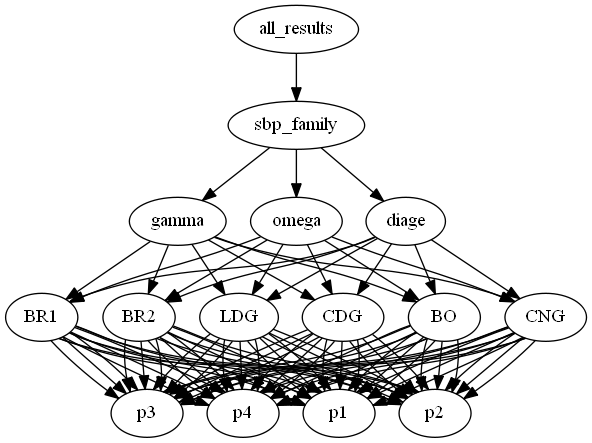
Above: visual/all_results_2d.dot.png in zolargwrk/PySBP (Graphviz), before the change. Its source is kept beside it as visual/all_results_2d.dot.
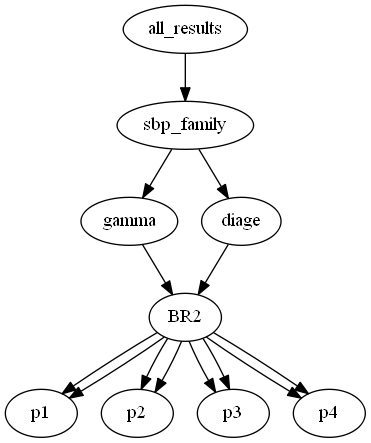
The same diagram one commit later.

Change to the diagram source:
```diff
@@ -2,190 +2,28 @@
     "all_results";
     "sbp_family";
     "gamma";
-    "BR1";
-    "p1";
-    "p2";
-    "p3";
-    "p4";
     "BR2";
     "p1";
     "p2";
     "p3";
     "p4";
-    "LDG";
-    "p1";
-    "p2";
-    "p3";
-    "p4";
-    "CDG";
-    "p1";
-    "p2";
-    "p3";
-    "p4";
-    "BO";
-    "p1";
-    "p2";
-    "p3";
-    "p4";
-    "CNG";
-    "p1";
-    "p2";
-    "p3";
-    "p4";
-    "omega";
-    "BR1";
-    "p1";
-    "p2";
-    "p3";
-    "p4";
+    "diage";
     "BR2";
-    "p1";
-    "p2";
-    "p3";
-    "p4";
-    "LDG";
-    "p1";
-    "p2";
-    "p3";
-    "p4";
-    "CDG";
-    "p1";
-    "p2";
-    "p3";
-    "p4";
-    "BO";
-    "p1";
-    "p2";
-    "p3";
-    "p4";
-    "CNG";
-    "p1";
-    "p2";
-    "p3";
-    "p4";
-    "diage";
-    "BR1";
-    "p1";
-    "p2";
-    "p3";
-    "p4";
-    "BR2";
-    "p1";
-    "p2";
-    "p3";
-    "p4";
-    "LDG";
-    "p1";
-    "p2";
-    "p3";
-    "p4";
-    "CDG";
-    "p1";
-    "p2";
-    "p3";
-    "p4";
-    "BO";
-    "p1";
-    "p2";
-    "p3";
-    "p4";
-    "CNG";
     "p1";
     "p2";
     "p3";
     "p4";
     "all_results" -> "sbp_family";
     "sbp_family" -> "gamma";
-    "sbp_family" -> "omega";
     "sbp_family" -> "diage";
-    "gamma" -> "BR1";
     "gamma" -> "BR2";
-    "gamma" -> "LDG";
-    "gamma" -> "CDG";
-    "gamma" -> "BO";
-    "gamma" -> "CNG";
-    "BR1" -> "p1";
-    "BR1" -> "p2";
-    "BR1" -> "p3";
-    "BR1" -> "p4";
     "BR2" -> "p1";
     "BR2" -> "p2";
     "BR2" -> "p3";
     "BR2" -> "p4";
-    "LDG" -> "p1";
-    "LDG" -> "p2";
-    "LDG" -> "p3";
-    "LDG" -> "p4";
-    "CDG" -> "p1";
-    "CDG" -> "p2";
-    "CDG" -> "p3";
-    "CDG" -> "p4";
-    "BO" -> "p1";
-    "BO" -> "p2";
-    "BO" -> "p3";
-    "BO" -> "p4";
-    "CNG" -> "p1";
-    "CNG" -> "p2";
-    "CNG" -> "p3";
-    "CNG" -> "p4";
-    "omega" -> "BR1";
-    "omega" -> "BR2";
-    "omega" -> "LDG";
-    "omega" -> "CDG";
-    "omega" -> "BO";
-    "omega" -> "CNG";
-    "BR1" -> "p1";
-    "BR1" -> "p2";
-    "BR1" -> "p3";
-    "BR1" -> "p4";
+    "diage" -> "BR2";
     "BR2" -> "p1";
     "BR2" -> "p2";
     "BR2" -> "p3";
     "BR2" -> "p4";
-    "LDG" -> "p1";
-    "LDG" -> "p2";
-    "LDG" -> "p3";
-    "LDG" -> "p4";
-    "CDG" -> "p1";
-    "CDG" -> "p2";
-    "CDG" -> "p3";
-    "CDG" -> "p4";
-    "BO" -> "p1";
-    "BO" -> "p2";
-    "BO" -> "p3";
-    "BO" -> "p4";
-    "CNG" -> "p1";
-    "CNG" -> "p2";
-    "CNG" -> "p3";
-    "CNG" -> "p4";
-    "diage" -> "BR1";
-    "diage" -> "BR2";
-    "diage" -> "LDG";
-    "diage" -> "CDG";
-    "diage" -> "BO";
-    "diage" -> "CNG";
-    "BR1" -> "p1";
-    "BR1" -> "p2";
-    "BR1" -> "p3";
-    "BR1" -> "p4";
-    "BR2" -> "p1";
-    "BR2" -> "p2";
-    "BR2" -> "p3";
-    "BR2" -> "p4";
-    "LDG" -> "p1";
-    "LDG" -> "p2";
-    "LDG" -> "p3";
-    "LDG" -> "p4";
-    "CDG" -> "p1";
-    "CDG" -> "p2";
-    "CDG" -> "p3";
-    "CDG" -> "p4";
-    "BO" -> "p1";
-    "BO" -> "p2";
-    "BO" -> "p3";
-    "BO" -> "p4";
-    "CNG" -> "p1";
-    "CNG" -> "p2";
-    "CNG" -> "p3";
-    "CNG" -> "p4";
 }
```
